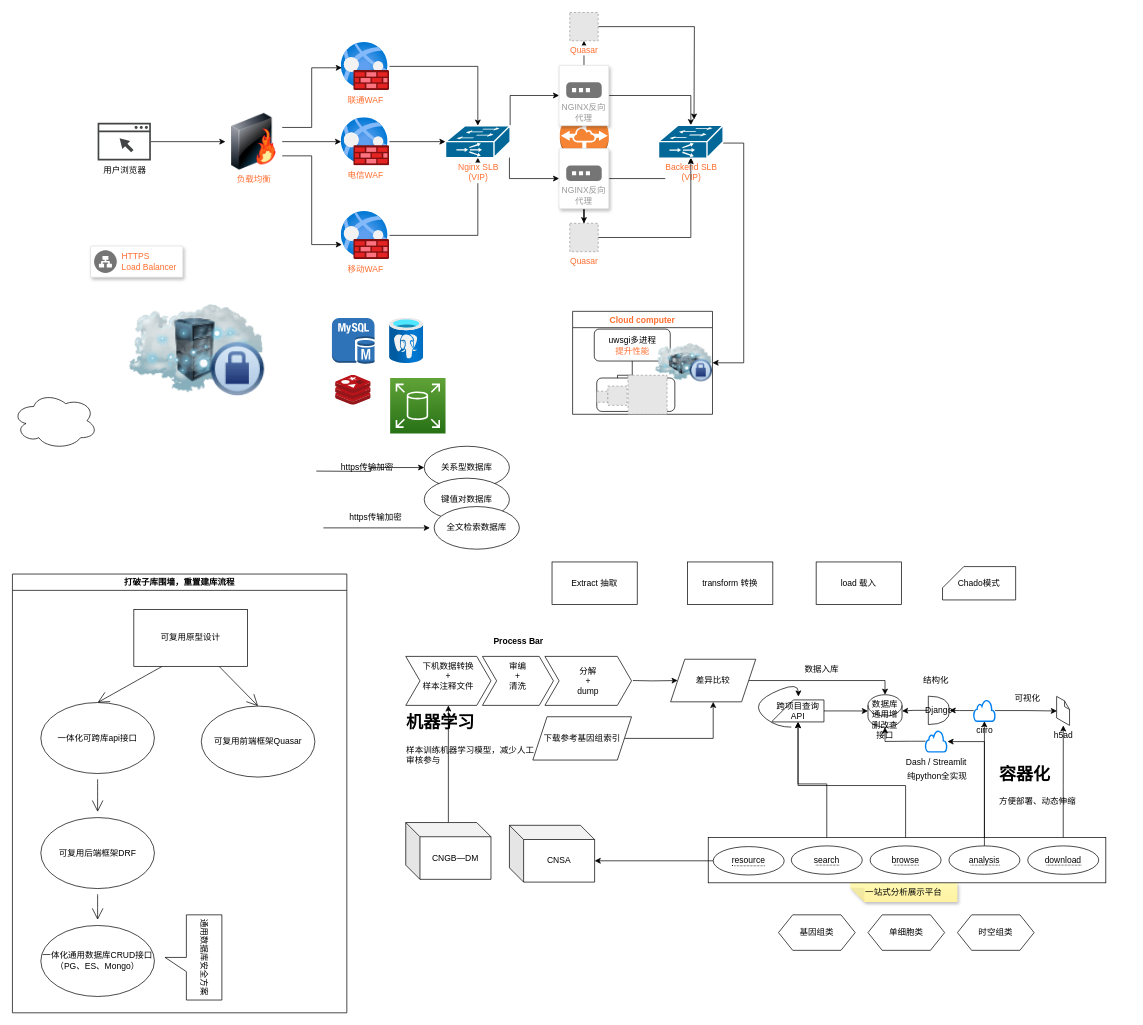
The draw.io diagram page "Page-2" (2 of 2) of Untitled Diagram.drawio in horizon365/LiveWithPython, before the edit. Source tidied: cells renumbered, new cells numbered last; positions are measured from the earlier drawing's top-left corner, leaving out a move shared by most shapes. Both pictures are drawn from the tidied source at 71%, with x=0, y=0 at pixel (12, 12). Pictures stored in the file or linked from it are replaced by grey dashed boxes.
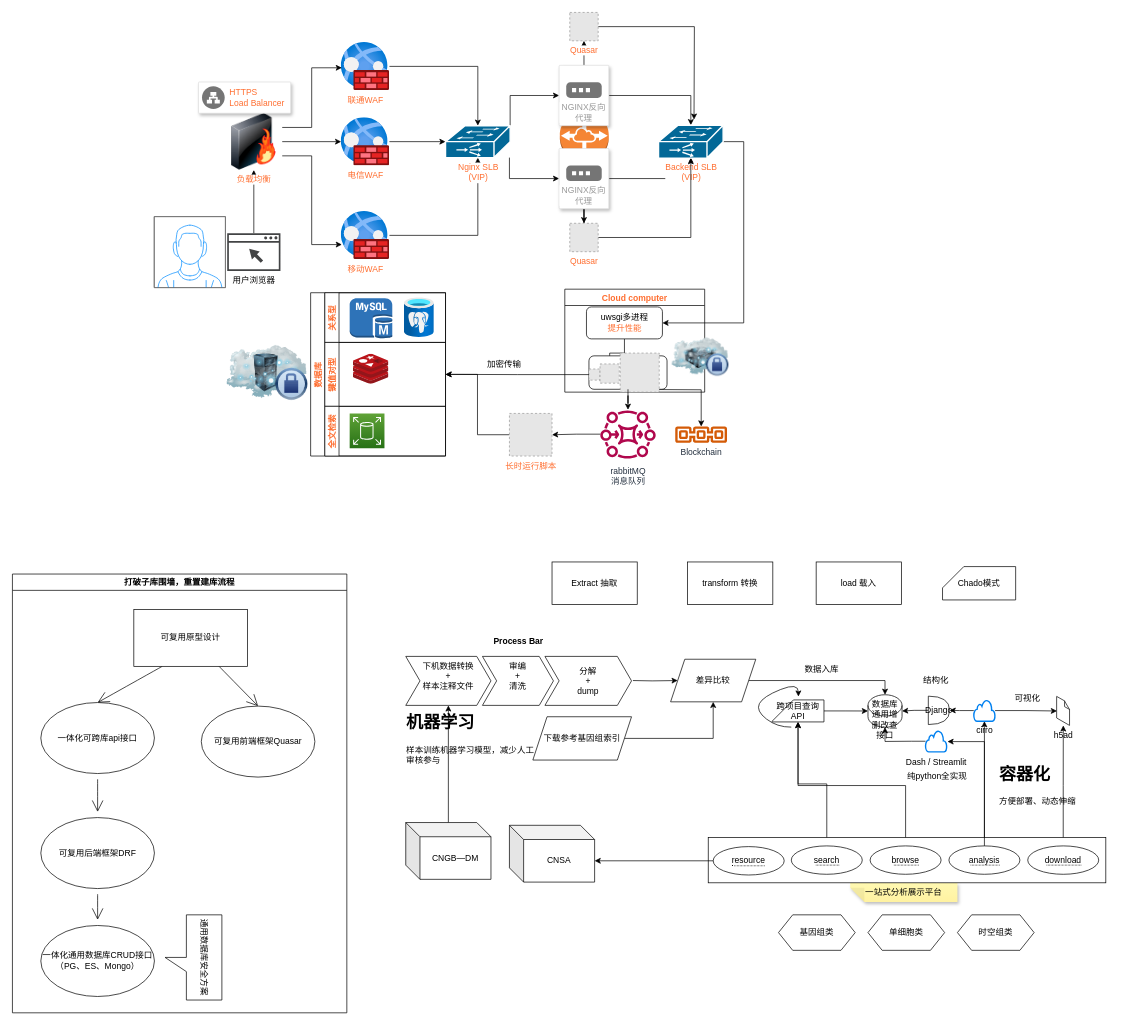
Above is the later version.

Unchanged cells that the change refers to:
```xml
<mxCell id="83" value="&lt;div&gt;uwsgi多进程&lt;/div&gt;&lt;div&gt;&lt;font color=&quot;#FF6E30&quot;&gt;提升性能&lt;/font&gt;&lt;br&gt;&lt;/div&gt;" style="whiteSpace=wrap;html=1;rounded=1;" parent="81" vertex="1">
  <mxGeometry x="30.5" y="25" width="107" height="45" as="geometry" />
</mxCell>
<mxCell id="85" style="rounded=1;whiteSpace=wrap;html=1;labelBackgroundColor=#FFFFFF;fontColor=#FF6E30;" parent="84" vertex="1">
  <mxGeometry y="3.9" width="110" height="47.1" as="geometry" />
</mxCell>
<mxCell id="87" style="fillColor=#E6E6E6;strokeColor=#999999;dashed=1;html=1;verticalAlign=top;verticalLabelPosition=bottom;labelBackgroundColor=#ffffff;fontColor=#FF6E30;" parent="84" vertex="1">
  <mxGeometry y="22.4" width="15.7" height="15.7" as="geometry" />
</mxCell>
<mxCell id="110" value="&lt;div&gt;Backend SLB&lt;/div&gt;&lt;div&gt;(VIP)&lt;br&gt;&lt;/div&gt;" style="shape=mxgraph.cisco.misc.ios_slb;html=1;dashed=0;fillColor=#036897;strokeColor=#ffffff;strokeWidth=2;verticalLabelPosition=bottom;verticalAlign=top;align=center;outlineConnect=0;labelBackgroundColor=#FFFFFF;fontColor=#FF6E30;" parent="1" vertex="1">
  <mxGeometry x="910" y="158.8" width="91" height="46.4" as="geometry" />
</mxCell>
```

What changed in the source:
```diff
@@
-    <mxCell id="67" style="edgeStyle=orthogonalEdgeStyle;rounded=0;jettySize=auto;html=1;" parent="1" edge="1" target="68">
-      <mxGeometry relative="1" as="geometry">
-        <mxPoint x="428" y="646" as="sourcePoint" />
-      </mxGeometry>
-    </mxCell>
-    <mxCell id="68" value="关系型数据库" style="ellipse;whiteSpace=wrap;html=1;rounded=1;" parent="1" vertex="1">
-      <mxGeometry x="580" y="611" width="120" height="60" as="geometry" />
-    </mxCell>
@@
     <mxCell id="70" value="用户浏览器" style="sketch=0;shadow=0;dashed=0;html=1;strokeColor=none;fillColor=#434445;labelPosition=center;verticalLabelPosition=bottom;verticalAlign=top;align=center;outlineConnect=0;shape=mxgraph.vvd.web_browser;" parent="1" vertex="1">
-      <mxGeometry x="120" y="155.4" width="75" height="53.2" as="geometry" />
+      <mxGeometry x="302.5" y="311" width="75" height="53.2" as="geometry" />
     </mxCell>
-    <mxCell id="71" value="键值对数据库" style="ellipse;whiteSpace=wrap;html=1;rounded=1;" parent="1" vertex="1">
-      <mxGeometry x="580" y="656" width="120" height="60" as="geometry" />
-    </mxCell>
-    <mxCell id="72" value="全文检索数据库" style="ellipse;whiteSpace=wrap;html=1;rounded=1;" parent="1" vertex="1">
-      <mxGeometry x="594" y="696" width="120" height="60" as="geometry" />
-    </mxCell>
-    <mxCell id="73" value="https传输加密" style="text;html=1;strokeColor=none;fillColor=none;align=center;verticalAlign=middle;whiteSpace=wrap;rounded=0;" parent="1" vertex="1">
-      <mxGeometry x="460" y="626" width="80" height="30" as="geometry" />
+    <mxCell id="73" value="加密传输" style="text;html=1;strokeColor=none;fillColor=none;align=center;verticalAlign=middle;whiteSpace=wrap;rounded=0;" parent="1" vertex="1">
+      <mxGeometry x="653" y="481" width="80" height="30" as="geometry" />
     </mxCell>
-    <mxCell id="74" style="edgeStyle=orthogonalEdgeStyle;rounded=0;orthogonalLoop=1;jettySize=auto;html=1;" parent="1" edge="1">
-      <mxGeometry relative="1" as="geometry">
-        <mxPoint x="438" y="726" as="sourcePoint" />
-        <mxPoint x="588" y="726" as="targetPoint" />
-      </mxGeometry>
-    </mxCell>
-    <mxCell id="75" value="https传输加密" style="text;html=1;strokeColor=none;fillColor=none;align=center;verticalAlign=middle;whiteSpace=wrap;rounded=0;" parent="1" vertex="1">
-      <mxGeometry x="472" y="696" width="80" height="30" as="geometry" />
-    </mxCell>
@@
     <mxCell id="77" style="image;html=1;image=img/lib/clip_art/networking/Cloud_Rack_Private_128x128.png;" parent="1" vertex="1">
-      <mxGeometry x="150" y="411" width="220" height="130" as="geometry" />
+      <mxGeometry x="300" y="468.8" width="118" height="78" as="geometry" />
     </mxCell>
-    <mxCell id="78" style="ellipse;shape=cloud;whiteSpace=wrap;html=1;labelBackgroundColor=#FFFFFF;fontColor=#FF6E30;" parent="1" vertex="1">
-      <mxGeometry y="535" width="120" height="80" as="geometry" />
-    </mxCell>
@@
+    <mxCell id="121" style="edgeStyle=orthogonalEdgeStyle;rounded=0;jettySize=auto;html=1;fontColor=#FF6E30;" parent="1" edge="1" target="131">
+      <mxGeometry relative="1" as="geometry">
+        <mxPoint x="870" y="531" as="sourcePoint" />
+      </mxGeometry>
+    </mxCell>
     <mxCell id="81" value="Cloud computer" style="swimlane;labelBackgroundColor=#FFFFFF;fontColor=#FF6E30;" parent="1" vertex="1">
-      <mxGeometry x="789" y="421" width="197" height="145" as="geometry" />
+      <mxGeometry x="778" y="389.8" width="197" height="145" as="geometry" />
     </mxCell>
@@
-    <mxCell id="89" style="image;html=1;image=img/lib/clip_art/networking/Cloud_Server_Private_128x128.png;" parent="81" vertex="1">
-      <mxGeometry x="117" y="32.5" width="80" height="80" as="geometry" />
-    </mxCell>
@@
-    <mxCell id="109" style="edgeStyle=orthogonalEdgeStyle;rounded=0;jettySize=auto;html=1;fontColor=#FF6E30;entryX=1;entryY=0.5;entryDx=0;entryDy=0;" parent="1" edge="1" target="89">
-      <mxGeometry relative="1" as="geometry">
-        <mxPoint x="1001" y="184" as="sourcePoint" />
-        <Array as="points">
-          <mxPoint x="1030" y="184" />
-          <mxPoint x="1030" y="493" />
-        </Array>
-      </mxGeometry>
-    </mxCell>
+    <mxCell id="122" style="edgeStyle=orthogonalEdgeStyle;rounded=0;jettySize=auto;html=1;entryX=1;entryY=0.5;entryDx=0;entryDy=0;fontColor=#FF6E30;" parent="1" edge="1" source="110" target="83">
+      <mxGeometry relative="1" as="geometry">
+        <Array as="points">
+          <mxPoint x="1030" y="182" />
+          <mxPoint x="1030" y="437" />
+        </Array>
+      </mxGeometry>
+    </mxCell>
@@
     <mxCell id="115" style="strokeColor=#dddddd;shadow=1;strokeWidth=1;rounded=1;absoluteArcSize=1;arcSize=2;labelBackgroundColor=#FFFFFF;fontColor=#FF6E30;" parent="1" vertex="1">
-      <mxGeometry x="110" y="329" width="130" height="44" as="geometry" />
+      <mxGeometry x="262" y="98" width="130" height="44" as="geometry" />
     </mxCell>
@@
+    <mxCell id="123" style="edgeStyle=orthogonalEdgeStyle;rounded=0;jettySize=auto;html=1;fontColor=#FF6E30;entryX=1;entryY=0.5;entryDx=0;entryDy=0;" parent="1" edge="1" source="87" target="127">
+      <mxGeometry relative="1" as="geometry" />
+    </mxCell>
+    <mxCell id="89" style="image;html=1;image=img/lib/clip_art/networking/Cloud_Server_Private_128x128.png;" parent="1" vertex="1">
+      <mxGeometry x="929" y="445.5" width="80" height="80" as="geometry" />
+    </mxCell>
+    <mxCell id="124" style="verticalLabelPosition=bottom;shadow=0;dashed=0;align=center;html=1;verticalAlign=top;strokeWidth=1;shape=mxgraph.mockup.containers.userMale;strokeColor=#666666;strokeColor2=#008cff;labelBackgroundColor=#FFFFFF;fontColor=#FF6E30;" parent="1" vertex="1">
+      <mxGeometry x="200" y="287.6" width="100" height="100" as="geometry" />
+    </mxCell>
+    <mxCell id="125" value="数据库" style="swimlane;horizontal=0;startSize=20;labelBackgroundColor=#FFFFFF;fontColor=#FF6E30;" parent="1" vertex="1">
+      <mxGeometry x="420" y="394.8" width="190" height="230" as="geometry" />
+    </mxCell>
+    <mxCell id="126" value="关系型" style="swimlane;startSize=20;horizontal=0;labelBackgroundColor=#FFFFFF;fontColor=#FF6E30;" parent="125" vertex="1">
+      <mxGeometry x="20" width="170" height="70" as="geometry" />
+    </mxCell>
+    <mxCell id="118" style="html=1;align=center;image;fontSize=12;image=img/lib/azure2/databases/Azure_Database_PostgreSQL_Server.svg;labelBackgroundColor=#FFFFFF;fontColor=#FF6E30;" parent="126" vertex="1">
+      <mxGeometry x="112" y="7" width="42" height="56" as="geometry" />
+    </mxCell>
-    <mxCell id="117" style="dashed=0;verticalLabelPosition=bottom;verticalAlign=top;align=center;html=1;shape=mxgraph.aws3.mysql_db_instance;fillColor=#2E73B8;gradientColor=none;labelBackgroundColor=#FFFFFF;fontColor=#FF6E30;" parent="1" vertex="1">
-      <mxGeometry x="450" y="430.5" width="60" height="64.5" as="geometry" />
+    <mxCell id="117" style="dashed=0;verticalLabelPosition=bottom;verticalAlign=top;align=center;html=1;shape=mxgraph.aws3.mysql_db_instance;fillColor=#2E73B8;gradientColor=none;labelBackgroundColor=#FFFFFF;fontColor=#FF6E30;" parent="126" vertex="1">
+      <mxGeometry x="35" y="7.8" width="60" height="56.5" as="geometry" />
     </mxCell>
-    <mxCell id="118" style="html=1;align=center;image;fontSize=12;image=img/lib/azure2/databases/Azure_Database_PostgreSQL_Server.svg;labelBackgroundColor=#FFFFFF;fontColor=#FF6E30;" parent="1" vertex="1">
-      <mxGeometry x="531" y="430.5" width="48" height="64" as="geometry" />
-    </mxCell>
+    <mxCell id="127" value="键值对型" style="swimlane;startSize=20;horizontal=0;labelBackgroundColor=#FFFFFF;fontColor=#FF6E30;" parent="125" vertex="1">
+      <mxGeometry x="20" y="70" width="170" height="90" as="geometry" />
+    </mxCell>
-    <mxCell id="119" style="sketch=0;html=1;align=center;image;fontSize=12;image=img/lib/mscae/Cache_Redis_Product.svg;labelBackgroundColor=#FFFFFF;fontColor=#FF6E30;" parent="1" vertex="1">
-      <mxGeometry x="455" y="511" width="50" height="42" as="geometry" />
+    <mxCell id="119" style="sketch=0;html=1;align=center;image;fontSize=12;image=img/lib/mscae/Cache_Redis_Product.svg;labelBackgroundColor=#FFFFFF;fontColor=#FF6E30;" parent="127" vertex="1">
+      <mxGeometry x="40" y="16.6" width="50" height="42" as="geometry" />
     </mxCell>
+    <mxCell id="128" value="全文检索" style="swimlane;startSize=20;horizontal=0;labelBackgroundColor=#FFFFFF;fontColor=#FF6E30;" parent="125" vertex="1">
+      <mxGeometry x="20" y="160" width="170" height="70" as="geometry" />
+    </mxCell>
-    <mxCell id="120" style="sketch=0;fontColor=#232F3E;gradientColor=#60A337;gradientDirection=north;fillColor=#277116;strokeColor=#ffffff;dashed=0;verticalLabelPosition=bottom;verticalAlign=top;align=center;html=1;fontSize=12;fontStyle=0;shape=mxgraph.aws4.resourceIcon;resIcon=mxgraph.aws4.elastic_block_store;labelBackgroundColor=#FFFFFF;" parent="1" vertex="1">
-      <mxGeometry x="532" y="515" width="78" height="78" as="geometry" />
+    <mxCell id="120" style="sketch=0;fontColor=#232F3E;gradientColor=#60A337;gradientDirection=north;fillColor=#277116;strokeColor=#ffffff;dashed=0;verticalLabelPosition=bottom;verticalAlign=top;align=center;html=1;fontSize=12;fontStyle=0;shape=mxgraph.aws4.resourceIcon;resIcon=mxgraph.aws4.elastic_block_store;labelBackgroundColor=#FFFFFF;" parent="128" vertex="1">
+      <mxGeometry x="35" y="10" width="49" height="49" as="geometry" />
     </mxCell>
+    <mxCell id="129" style="edgeStyle=orthogonalEdgeStyle;rounded=0;jettySize=auto;html=1;fontColor=#FF6E30;" parent="1" edge="1" source="130" target="133">
+      <mxGeometry relative="1" as="geometry" />
+    </mxCell>
+    <mxCell id="130" value="&lt;div&gt;rabbitMQ&lt;/div&gt;&lt;div&gt;消息队列&lt;br&gt;&lt;/div&gt;" style="sketch=0;outlineConnect=0;fontColor=#232F3E;gradientColor=none;fillColor=#B0084D;strokeColor=none;dashed=0;verticalLabelPosition=bottom;verticalAlign=top;align=center;html=1;fontSize=12;fontStyle=0;shape=mxgraph.aws4.mq_broker;labelBackgroundColor=#FFFFFF;" parent="1" vertex="1">
+      <mxGeometry x="828" y="555" width="78" height="78" as="geometry" />
+    </mxCell>
+    <mxCell id="131" value="Blockchain" style="sketch=0;outlineConnect=0;fontColor=#232F3E;gradientColor=none;fillColor=#D45B07;strokeColor=none;dashed=0;verticalLabelPosition=bottom;verticalAlign=top;align=center;html=1;fontSize=12;fontStyle=0;shape=mxgraph.aws4.blockchain_resource;labelBackgroundColor=#FFFFFF;" parent="1" vertex="1">
+      <mxGeometry x="931" y="583.2" width="78" height="23" as="geometry" />
+    </mxCell>
+    <mxCell id="132" style="edgeStyle=orthogonalEdgeStyle;rounded=0;jettySize=auto;html=1;entryX=1;entryY=0.5;entryDx=0;entryDy=0;fontColor=#FF6E30;" parent="1" edge="1" source="133" target="127">
+      <mxGeometry relative="1" as="geometry" />
+    </mxCell>
+    <mxCell id="133" value="长时运行脚本" style="fillColor=#E6E6E6;strokeColor=#999999;dashed=1;html=1;verticalAlign=top;verticalLabelPosition=bottom;labelBackgroundColor=#ffffff;fontColor=#FF6E30;" parent="1" vertex="1">
+      <mxGeometry x="700" y="564.8" width="60" height="60" as="geometry" />
+    </mxCell>
+    <mxCell id="134" style="edgeStyle=orthogonalEdgeStyle;rounded=0;jettySize=auto;html=1;fontColor=#FF6E30;" parent="1" edge="1" source="85" target="130">
+      <mxGeometry relative="1" as="geometry" />
+    </mxCell>
```
